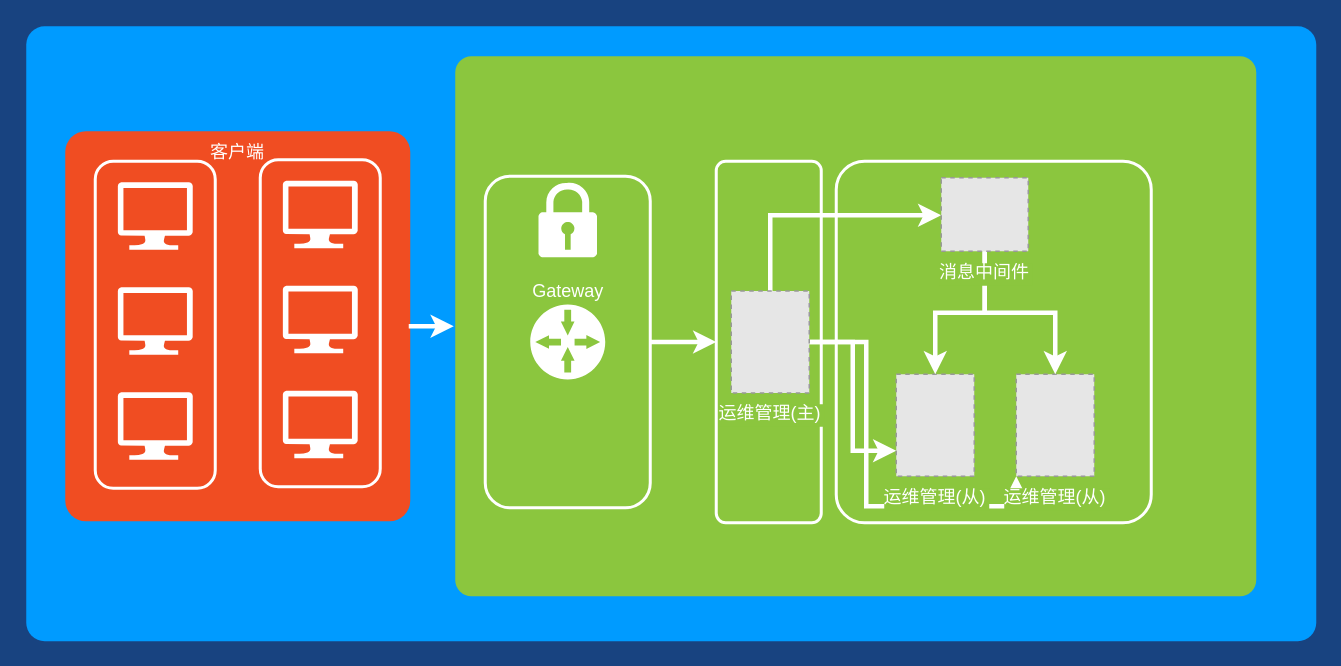
publisherfk/diagrams keeps this draw.io diagram as supfusion/运维管理集群部署.drawio. Above is the earlier version. Source tidied: cells renumbered, new cells numbered last; positions are measured from the earlier drawing's top-left corner, leaving out a move shared by most shapes. Both pictures are drawn from the tidied source at 150%, with x=0, y=0 at pixel (26, 26). Pictures stored in the file or linked from it are replaced by grey dashed boxes.
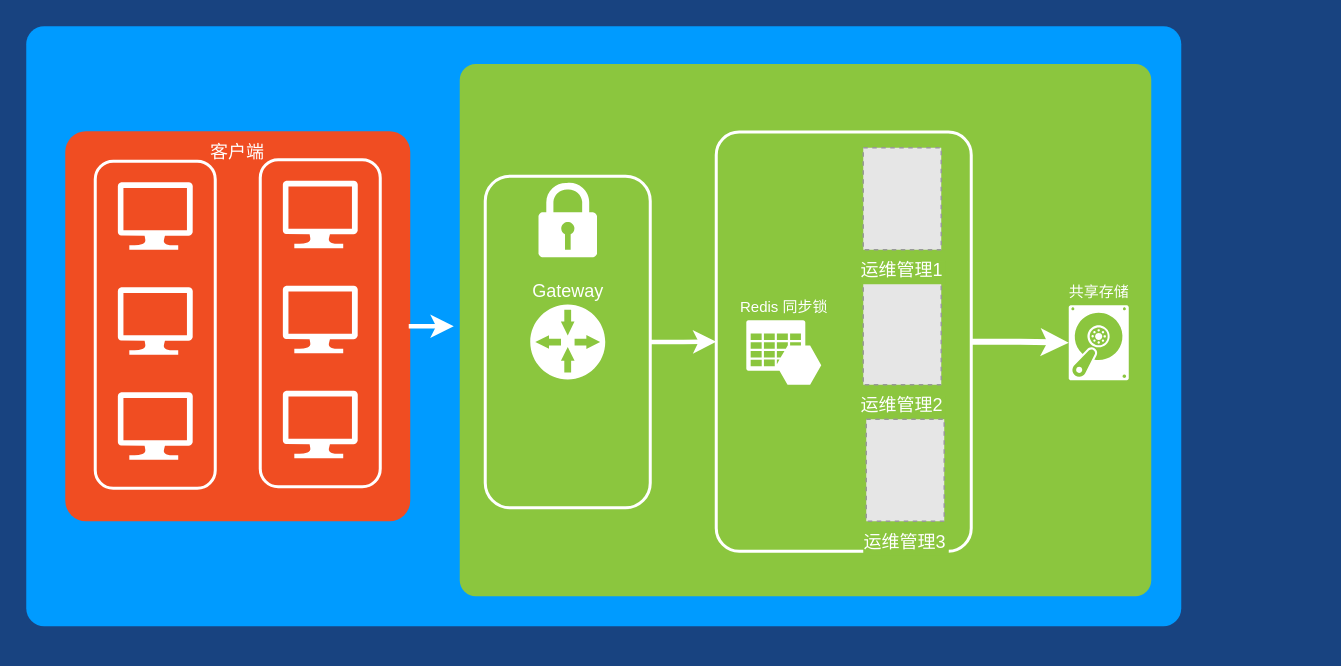
The same page after the edit.

Commit message:
Update 运维管理集群部署.drawio

Change to the diagram source:
```diff
@@
     <mxCell id="2" style="whiteSpace=wrap;html=1;rounded=1;shadow=0;strokeColor=none;strokeWidth=2;fillColor=#009BFF;fontSize=20;fontColor=#FFFFFF;align=center;arcSize=3;verticalAlign=top;spacingTop=4;" parent="1" vertex="1">
-      <mxGeometry width="860" height="410" as="geometry" />
+      <mxGeometry width="770" height="400" as="geometry" />
     </mxCell>
     <mxCell id="3" style="rounded=1;whiteSpace=wrap;html=1;shadow=0;strokeWidth=2;fillColor=#8BC63E;fontSize=12;fontColor=#000000;align=center;strokeColor=none;arcSize=3;" parent="1" vertex="1">
-      <mxGeometry x="286" y="20" width="534" height="360" as="geometry" />
+      <mxGeometry x="289" y="25.2" width="461" height="354.8" as="geometry" />
     </mxCell>
@@
+    <mxCell id="29" style="edgeStyle=orthogonalEdgeStyle;rounded=0;jettySize=auto;html=1;strokeColor=#FFFFFF;strokeWidth=4;" parent="1" edge="1" source="16" target="31">
+      <mxGeometry relative="1" as="geometry" />
+    </mxCell>
     <mxCell id="16" style="rounded=1;whiteSpace=wrap;html=1;shadow=0;strokeWidth=2;fillColor=none;fontSize=12;fontColor=#000000;align=center;strokeColor=#FFFFFF;arcSize=9;" parent="1" vertex="1">
-      <mxGeometry x="460" y="90" width="70" height="241" as="geometry" />
+      <mxGeometry x="460" y="70.5" width="170" height="279.5" as="geometry" />
     </mxCell>
@@
-    <mxCell id="18" style="edgeStyle=orthogonalEdgeStyle;rounded=0;jettySize=auto;html=1;endArrow=classic;endFill=1;strokeColor=#FFFFFF;strokeWidth=3;fontColor=#FFFFFF;" parent="1" edge="1" source="21" target="28">
-      <mxGeometry relative="1" as="geometry">
-        <Array as="points">
-          <mxPoint x="496" y="126" />
-        </Array>
-      </mxGeometry>
-    </mxCell>
-    <mxCell id="19" style="edgeStyle=orthogonalEdgeStyle;rounded=0;jettySize=auto;html=1;entryX=0;entryY=0.75;entryDx=0;entryDy=0;endArrow=classic;endFill=1;strokeColor=#FFFFFF;strokeWidth=3;fontColor=#FFFFFF;" parent="1" edge="1" source="21" target="23">
-      <mxGeometry relative="1" as="geometry" />
-    </mxCell>
-    <mxCell id="20" style="edgeStyle=orthogonalEdgeStyle;rounded=0;jettySize=auto;html=1;entryX=0;entryY=1;entryDx=0;entryDy=0;endArrow=classic;endFill=1;strokeColor=#FFFFFF;strokeWidth=3;fontColor=#FFFFFF;" parent="1" edge="1" source="21" target="22">
-      <mxGeometry relative="1" as="geometry">
-        <Array as="points">
-          <mxPoint x="560" y="211" />
-          <mxPoint x="560" y="320" />
-          <mxPoint x="660" y="320" />
-        </Array>
-      </mxGeometry>
-    </mxCell>
-    <mxCell id="21" value="运维管理(主)" style="fillColor=#E6E6E6;strokeColor=#999999;dashed=1;verticalLabelPosition=bottom;labelBackgroundColor=#8BC63E;verticalAlign=top;fontColor=#FFFFFF;" parent="1" vertex="1">
-      <mxGeometry x="470" y="176.5" width="52" height="68" as="geometry" />
+    <mxCell id="21" value="运维管理2" style="fillColor=#E6E6E6;strokeColor=#999999;dashed=1;verticalLabelPosition=bottom;labelBackgroundColor=#8BC63E;verticalAlign=top;fontColor=#FFFFFF;" parent="1" vertex="1">
+      <mxGeometry x="558" y="171" width="52" height="68" as="geometry" />
     </mxCell>
-    <mxCell id="22" value="运维管理(从)" style="fillColor=#E6E6E6;strokeColor=#999999;dashed=1;verticalLabelPosition=bottom;labelBackgroundColor=#8BC63E;verticalAlign=top;fontColor=#FFFFFF;" parent="1" vertex="1">
-      <mxGeometry x="660" y="232" width="52" height="68" as="geometry" />
+    <mxCell id="22" value="运维管理3" style="fillColor=#E6E6E6;strokeColor=#999999;dashed=1;verticalLabelPosition=bottom;labelBackgroundColor=#8BC63E;verticalAlign=top;fontColor=#FFFFFF;" parent="1" vertex="1">
+      <mxGeometry x="560" y="262" width="52" height="68" as="geometry" />
     </mxCell>
-    <mxCell id="23" value="运维管理(从)" style="fillColor=#E6E6E6;strokeColor=#999999;dashed=1;verticalLabelPosition=bottom;labelBackgroundColor=#8BC63E;verticalAlign=top;fontColor=#FFFFFF;" parent="1" vertex="1">
-      <mxGeometry x="580" y="232" width="52" height="68" as="geometry" />
+    <mxCell id="23" value="运维管理1" style="fillColor=#E6E6E6;strokeColor=#999999;dashed=1;verticalLabelPosition=bottom;labelBackgroundColor=#8BC63E;verticalAlign=top;fontColor=#FFFFFF;" parent="1" vertex="1">
+      <mxGeometry x="558" y="81" width="52" height="68" as="geometry" />
     </mxCell>
@@
-    <mxCell id="25" style="rounded=1;whiteSpace=wrap;html=1;shadow=0;strokeWidth=2;fontSize=12;fontColor=#000000;align=center;strokeColor=#FFFFFF;arcSize=9;fillColor=none;" parent="1" vertex="1">
-      <mxGeometry x="540" y="90" width="210" height="241" as="geometry" />
-    </mxCell>
-    <mxCell id="26" style="edgeStyle=orthogonalEdgeStyle;rounded=0;jettySize=auto;html=1;entryX=0.5;entryY=0;entryDx=0;entryDy=0;endArrow=classic;endFill=1;strokeColor=#FFFFFF;strokeWidth=3;fontColor=#FFFFFF;" parent="1" edge="1" source="28" target="23">
-      <mxGeometry relative="1" as="geometry" />
-    </mxCell>
-    <mxCell id="27" style="edgeStyle=orthogonalEdgeStyle;rounded=0;jettySize=auto;html=1;entryX=0.5;entryY=0;entryDx=0;entryDy=0;endArrow=classic;endFill=1;strokeColor=#FFFFFF;strokeWidth=3;fontColor=#FFFFFF;" parent="1" edge="1" source="28" target="22">
-      <mxGeometry relative="1" as="geometry" />
-    </mxCell>
-    <mxCell id="28" value="消息中间件" style="fillColor=#E6E6E6;strokeColor=#999999;dashed=1;verticalLabelPosition=bottom;labelBackgroundColor=#8BC63E;verticalAlign=top;fontColor=#FFFFFF;" parent="1" vertex="1">
-      <mxGeometry x="610" y="101" width="58" height="49" as="geometry" />
-    </mxCell>
+    <mxCell id="30" value="Redis 同步锁" style="shadow=0;html=1;strokeColor=none;labelPosition=center;verticalLabelPosition=top;verticalAlign=bottom;shape=mxgraph.mscae.cloud.azure_storage;fillColor=#FFFFFF;rounded=0;fontSize=10;fontColor=#FFFFFF;align=center;" parent="1" vertex="1">
+      <mxGeometry x="480" y="196" width="50" height="43" as="geometry" />
+    </mxCell>
+    <mxCell id="31" value="共享存储" style="shadow=0;html=1;strokeColor=none;fillColor=#FFFFFF;labelPosition=center;verticalLabelPosition=top;verticalAlign=bottom;shape=mxgraph.azure.vhd;rounded=0;fontSize=10;fontColor=#FFFFFF;align=center;" parent="1" vertex="1">
+      <mxGeometry x="695" y="186" width="40" height="50" as="geometry" />
+    </mxCell>
```
